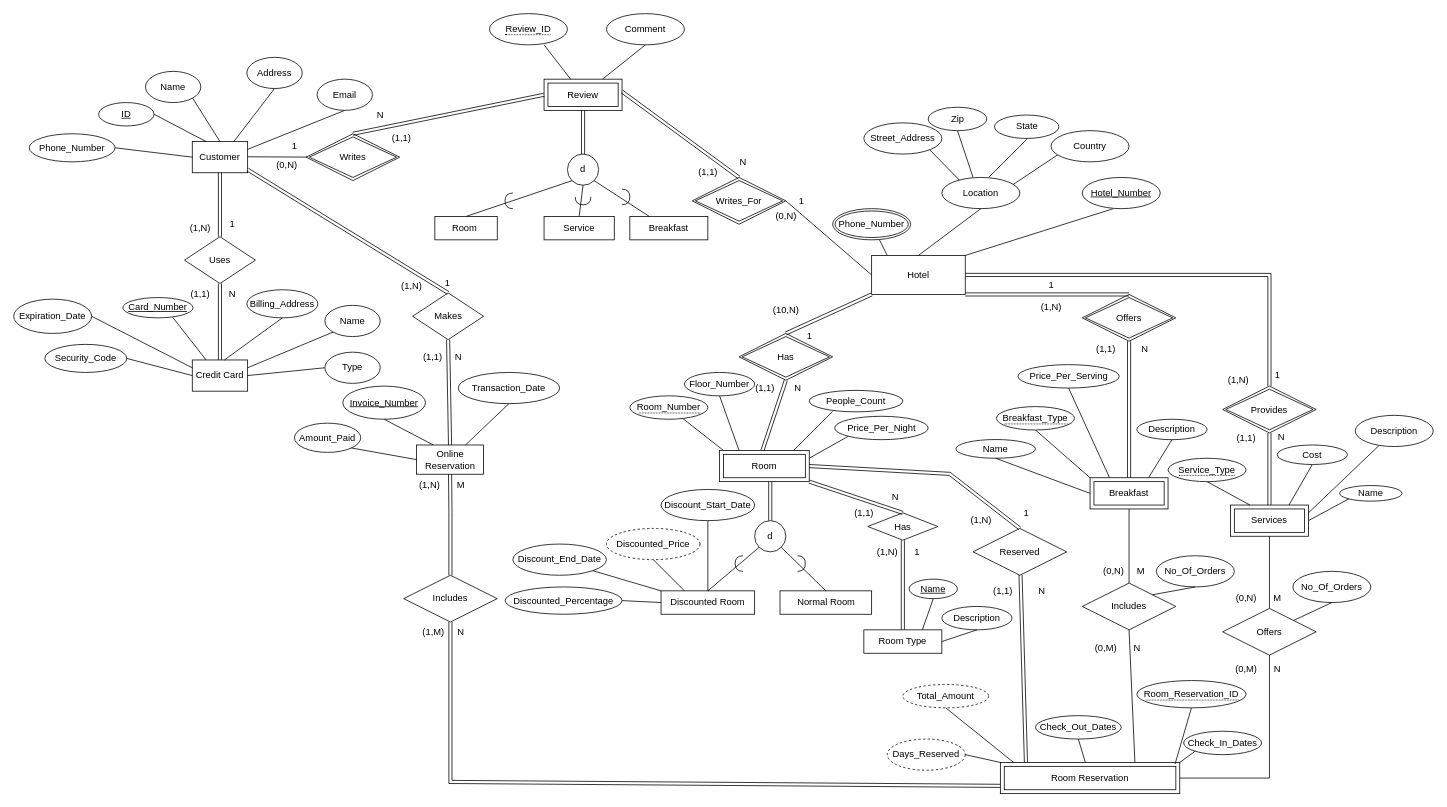
Before: diagrams/hotel-entity-0.1.drawio in cicorias/njit-dbms-project1, a draw.io diagram. Source tidied: cells renumbered, new cells numbered last; positions are measured from the earlier drawing's top-left corner, leaving out a move shared by most shapes. Both pictures are drawn from the tidied source at 78%, with x=0, y=0 at pixel (13, 13).
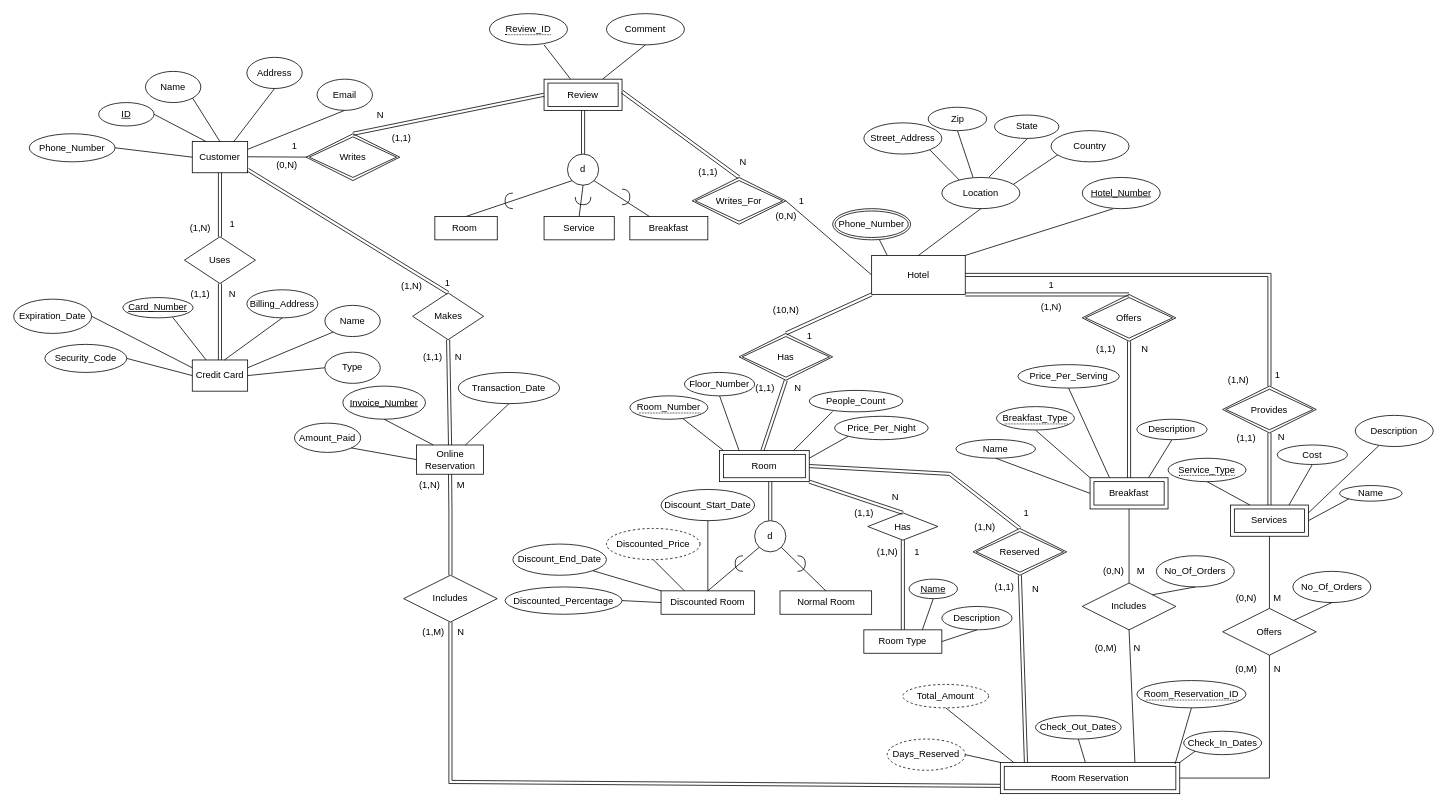
After the change.

The change refers to these unchanged cells:
```xml
<mxCell id="174" value="Room Reservation" style="shape=ext;margin=3;double=1;whiteSpace=wrap;html=1;align=center;" parent="1" vertex="1">
  <mxGeometry x="1265" y="960" width="230" height="40" as="geometry" />
</mxCell>
```

The edit, as a diff of the source:
```diff
@@
-    <mxCell id="102" value="Reserved" style="shape=rhombus;perimeter=rhombusPerimeter;whiteSpace=wrap;html=1;align=center;" parent="1" vertex="1">
-      <mxGeometry x="1230" y="660" width="120" height="60" as="geometry" />
-    </mxCell>
@@
-    <mxCell id="168" style="shape=link;html=1;rounded=0;entryX=0.143;entryY=0.05;entryDx=0;entryDy=0;entryPerimeter=0;" parent="1" edge="1" source="102" target="174">
+    <mxCell id="168" style="shape=link;html=1;rounded=0;entryX=0.143;entryY=0.05;entryDx=0;entryDy=0;entryPerimeter=0;exitX=0.5;exitY=1;exitDx=0;exitDy=0;" parent="1" edge="1" source="102" target="174">
       <mxGeometry relative="1" as="geometry" />
     </mxCell>
@@
     <mxCell id="176" value="N" style="text;html=1;align=center;verticalAlign=middle;" parent="1" vertex="1">
-      <mxGeometry x="1307.5" y="730" width="20" height="20" as="geometry" />
+      <mxGeometry x="1300" y="727.5" width="20" height="20" as="geometry" />
     </mxCell>
     <mxCell id="177" value="(1,N)" style="text;html=1;align=center;verticalAlign=middle;" parent="1" vertex="1">
-      <mxGeometry x="1220" y="640" width="40" height="20" as="geometry" />
+      <mxGeometry x="1225" y="647.5" width="40" height="20" as="geometry" />
     </mxCell>
     <mxCell id="178" value="(1,1)" style="text;html=1;align=center;verticalAlign=middle;" parent="1" vertex="1">
-      <mxGeometry x="1247.5" y="730" width="40" height="20" as="geometry" />
+      <mxGeometry x="1250" y="725" width="40" height="20" as="geometry" />
     </mxCell>
@@
+    <mxCell id="102" value="Reserved" style="shape=rhombus;double=1;perimeter=rhombusPerimeter;whiteSpace=wrap;html=1;align=center;" parent="1" vertex="1">
+      <mxGeometry x="1230" y="660" width="120" height="60" as="geometry" />
+    </mxCell>
```
